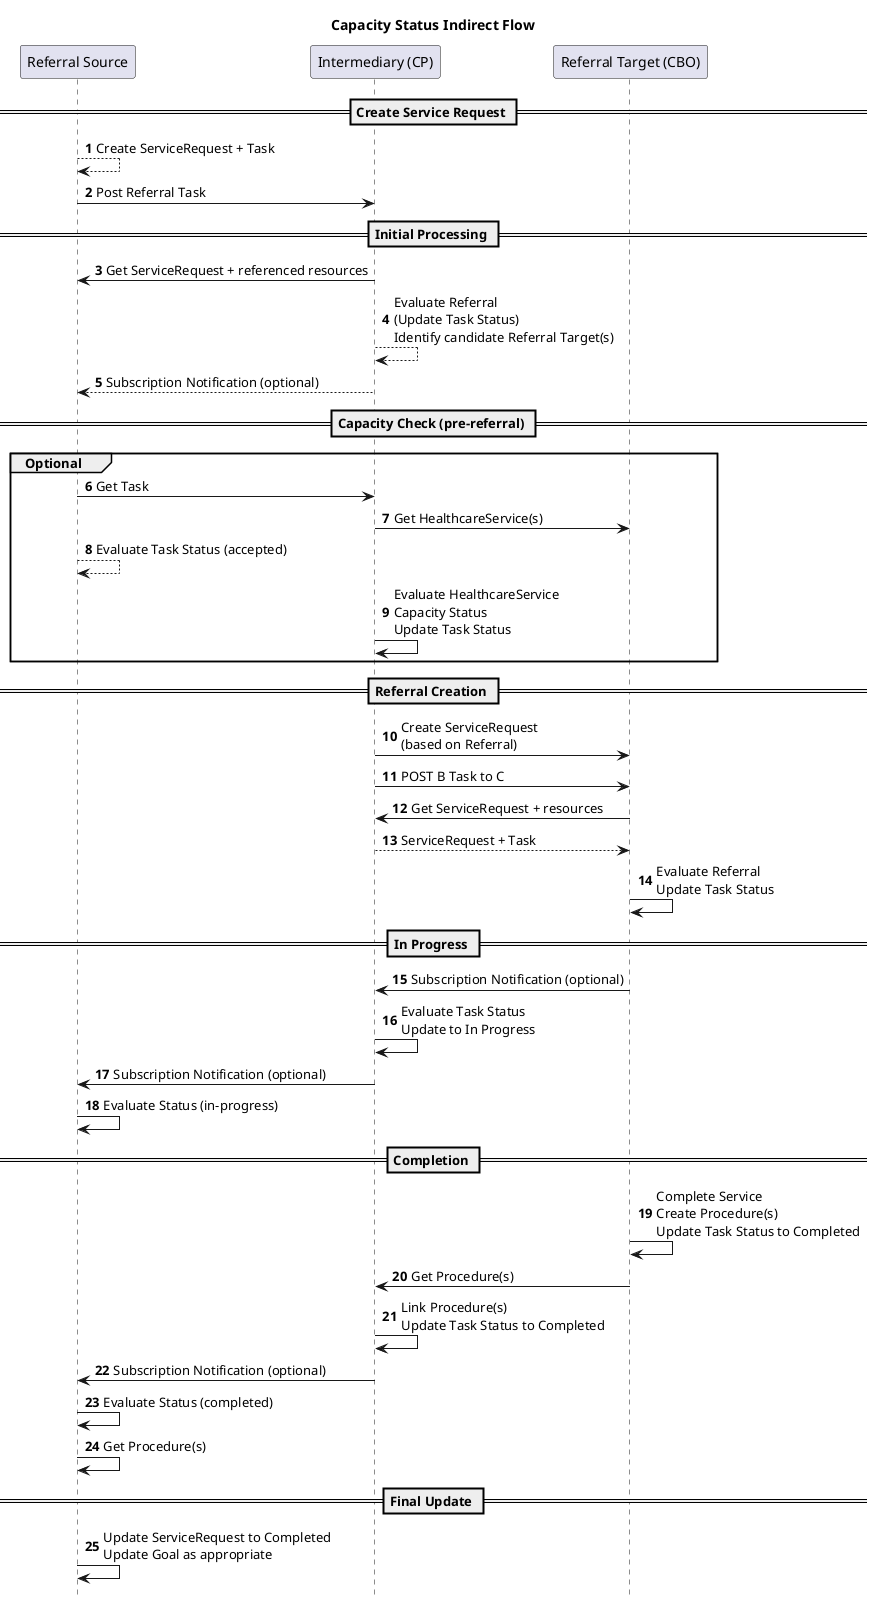
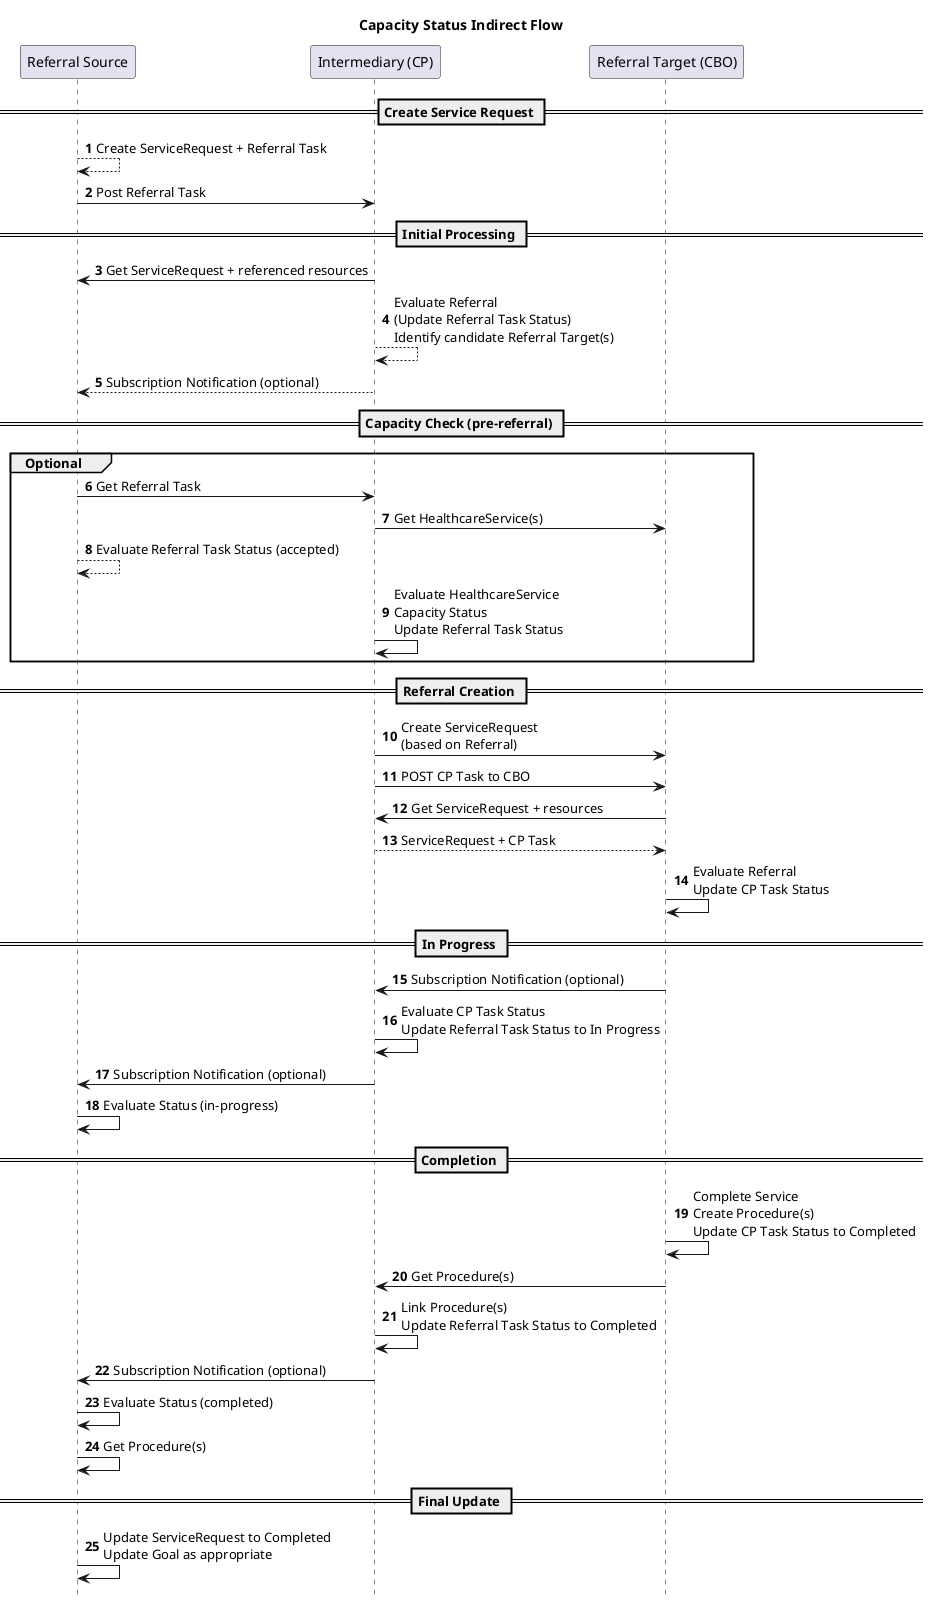
@startuml
/'!theme bluegray'/
title Capacity Status Indirect Flow

participant "Referral Source" as A
participant "Intermediary (CP)" as B
participant "Referral Target (CBO)" as C

autonumber
== Create Service Request ==
- A --> A : Create ServiceRequest + Task
+ A --> A : Create ServiceRequest + Referral Task
A -> B : Post Referral Task

== Initial Processing ==
B -> A : Get ServiceRequest + referenced resources
- B --> B : Evaluate Referral\n(Update Task Status)\nIdentify candidate Referral Target(s)
+ B --> B : Evaluate Referral\n(Update Referral Task Status)\nIdentify candidate Referral Target(s)
B --> A : Subscription Notification (optional)


== Capacity Check (pre-referral) ==
group Optional
- A -> B : Get Task
+ A -> B : Get Referral Task
B -> C : Get HealthcareService(s)
- A --> A : Evaluate Task Status (accepted)
- B -> B : Evaluate HealthcareService\nCapacity Status\nUpdate Task Status
+ A --> A : Evaluate Referral Task Status (accepted)
+ B -> B : Evaluate HealthcareService\nCapacity Status\nUpdate Referral Task Status
end

== Referral Creation ==
B -> C : Create ServiceRequest\n(based on Referral)
- B -> C : POST B Task to C
+ B -> C : POST CP Task to CBO

C -> B : Get ServiceRequest + resources
- B --> C : ServiceRequest + Task
- C -> C : Evaluate Referral\nUpdate Task Status
+ B --> C : ServiceRequest + CP Task
+ C -> C : Evaluate Referral\nUpdate CP Task Status

== In Progress ==
C -> B : Subscription Notification (optional)
- B -> B : Evaluate Task Status\nUpdate to In Progress
+ B -> B : Evaluate CP Task Status\nUpdate Referral Task Status to In Progress
    B -> A : Subscription Notification (optional)
    A -> A : Evaluate Status (in-progress)

== Completion ==
- C -> C : Complete Service\nCreate Procedure(s)\nUpdate Task Status to Completed
+ C -> C : Complete Service\nCreate Procedure(s)\nUpdate CP Task Status to Completed
C -> B : Get Procedure(s)

- B -> B : Link Procedure(s)\nUpdate Task Status to Completed
+ B -> B : Link Procedure(s)\nUpdate Referral Task Status to Completed
B -> A : Subscription Notification (optional)

A -> A : Evaluate Status (completed)
A -> A : Get Procedure(s)

== Final Update ==
A -> A : Update ServiceRequest to Completed\nUpdate Goal as appropriate
hide footbox
@enduml